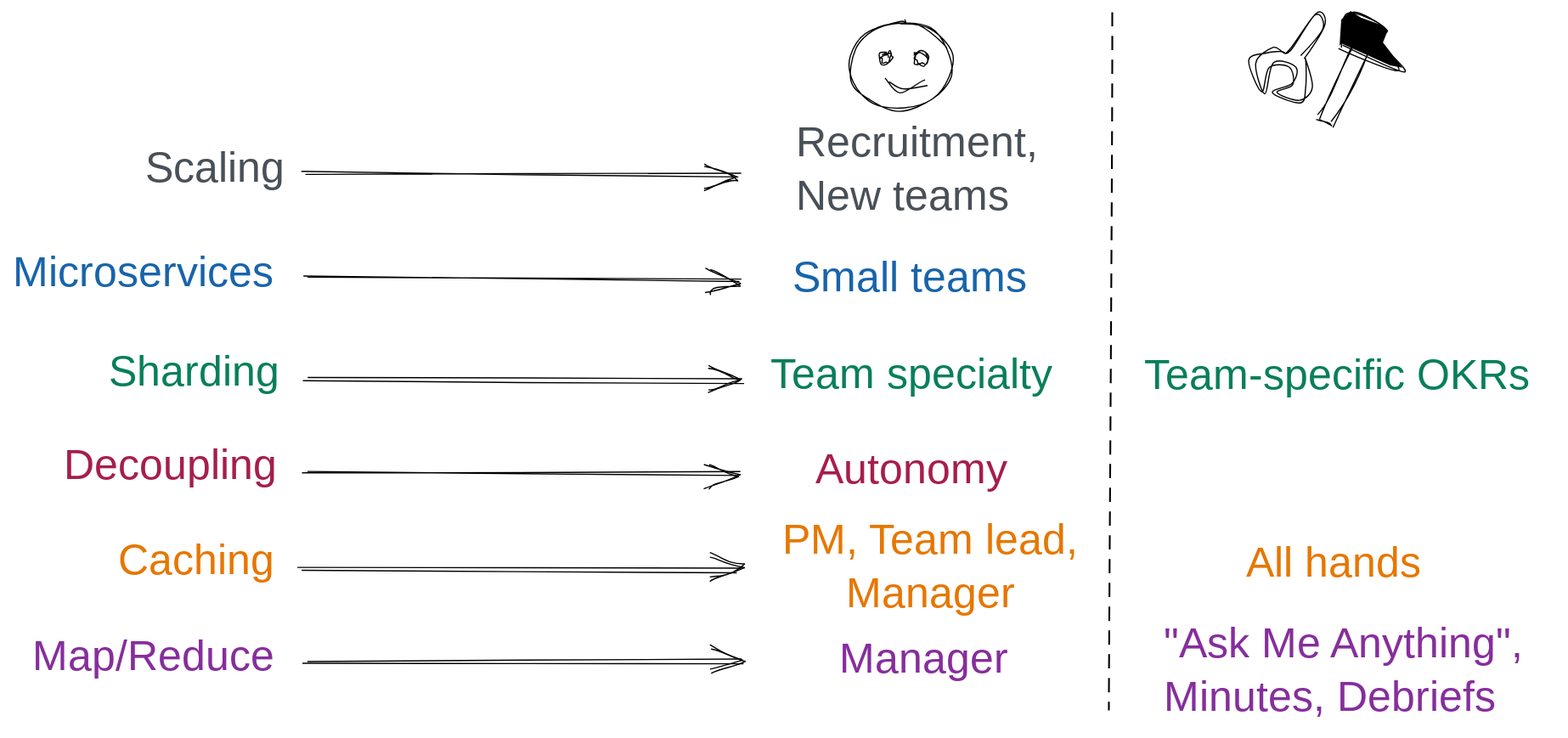
The Excalidraw diagram async-work/images/mapping2.svg in sinedied/talks, before a commit. Source tidied: one line per element, renumbered; positions are measured from the earlier drawing's top-left corner, leaving out a move shared by most shapes.
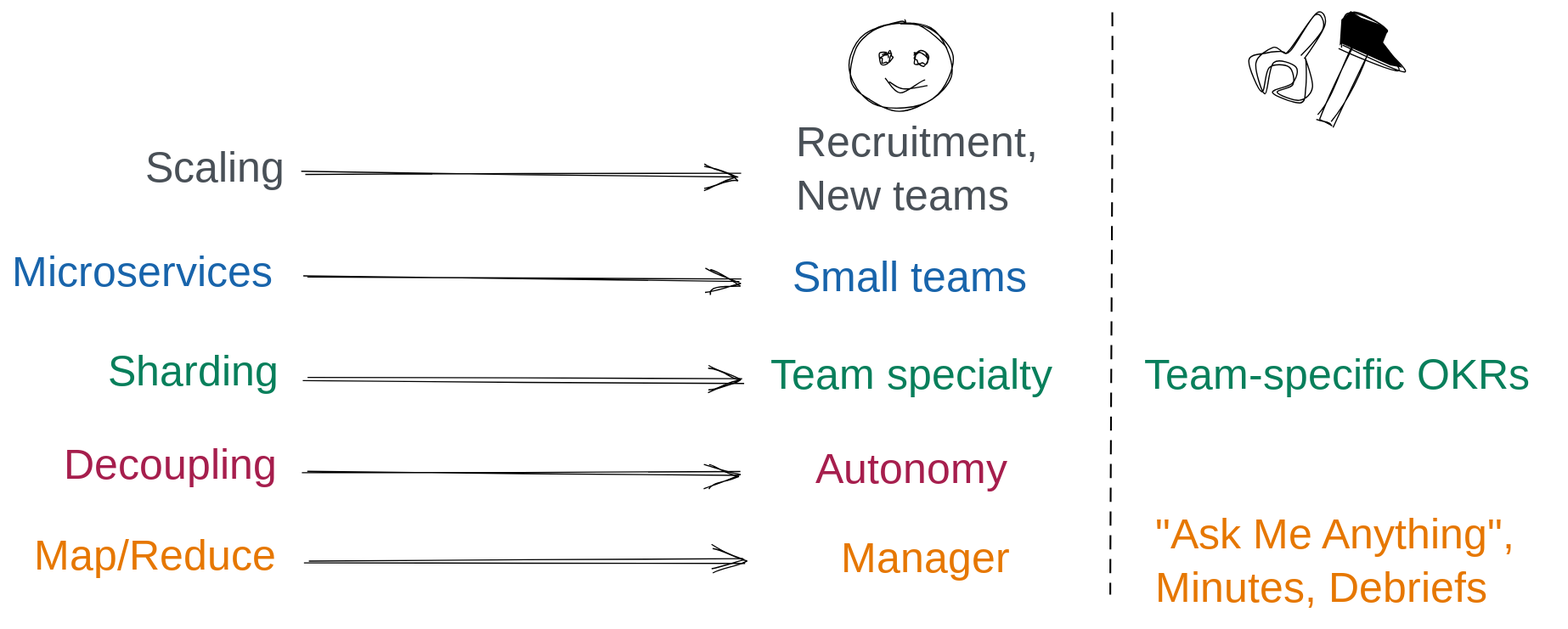
After the commit.

Commit message:
Reduce async talk

Change to the diagram source:
```diff
@@ -1,7 +1,6 @@
 {"id": 0, "type": "arrow", "strokeColor": "#000000", "strokeWidth": 1, "roughness": 2, "x": 247, "y": 138, "width": 367, "height": 0, "points": [[0, 0], [367, 0]]}
 {"id": 1, "type": "arrow", "strokeColor": "#000000", "strokeWidth": 1, "roughness": 2, "x": 248, "y": 221, "width": 364, "height": 7, "points": [[0, 0], [364, 7]]}
 {"id": 2, "type": "arrow", "strokeColor": "#000000", "strokeWidth": 1, "roughness": 2, "x": 245, "y": 386, "width": 367, "height": 2, "points": [[0, 0], [367, 2]]}
-{"id": 3, "type": "arrow", "strokeColor": "#000000", "strokeWidth": 1, "roughness": 2, "x": 244, "y": 471, "width": 368, "height": 0, "points": [[0, 0], [368, 0]]}
 {"id": 4, "type": "ellipse", "strokeColor": "#000000", "strokeWidth": 1, "roughness": 2, "x": 704, "y": 8, "width": 86, "height": 74}
 {"id": 5, "type": "ellipse", "strokeColor": "#000000", "strokeWidth": 1, "roughness": 2, "x": 730, "y": 35, "width": 8, "height": 9}
 {"id": 6, "type": "ellipse", "strokeColor": "#000000", "strokeWidth": 1, "roughness": 2, "x": 758, "y": 36, "width": 10, "height": 10}
@@ -9,21 +8,18 @@
 {"id": 8, "type": "rectangle", "strokeColor": "#000000", "angle": 5.16, "strokeWidth": 1, "roughness": 2, "x": 1083, "y": 53, "width": 77, "height": 14}
 {"id": 9, "type": "line", "strokeColor": "#000000", "angle": 6.02, "backgroundColor": "#000", "fillStyle": "solid", "strokeWidth": 1, "roughness": 2, "x": 1118, "y": 30, "width": 43, "height": 58, "points": [[0, -6], [43, 28], [34, 1], [37, -12], [14, -30], [0, -6]]}
 {"id": 10, "type": "line", "strokeColor": "#000000", "angle": 3.2, "strokeWidth": 1, "roughness": 2, "x": 1082, "y": 69, "width": 60, "height": 74, "points": [[-23, -30], [-41, -5], [-33, 7], [-13, -24], [-6, -25], [5, -27], [19, -39], [9, -61], [2, -40], [-16, -43], [-17, -53], [-2, -63], [-21, -67], [-31, -55], [-23, -30]]}
-{"id": 11, "type": "line", "strokeColor": "#000000", "strokeWidth": 1, "strokeStyle": "dashed", "roughness": 2, "x": 923, "y": 2, "width": 0, "height": 589, "points": [[0, 0], [0, 589]]}
+{"id": 11, "type": "line", "strokeColor": "#000000", "strokeWidth": 1, "strokeStyle": "dashed", "roughness": 2, "x": 923, "y": 2, "width": 1, "height": 491, "points": [[0, 0], [1, 491]]}
 {"id": 12, "type": "text", "text": "Scaling", "strokeColor": "#495057", "strokeWidth": 1, "strokeStyle": "dashed", "roughness": 2, "fontSize": 36, "fontFamily": 1, "x": 112, "y": 112, "width": 116, "height": 45}
 {"id": 13, "type": "text", "text": "Microservices", "strokeColor": "#1864ab", "strokeWidth": 1, "strokeStyle": "dashed", "roughness": 2, "fontSize": 36, "fontFamily": 1, "x": 0, "y": 200, "width": 231, "height": 45}
-{"id": 14, "type": "text", "text": "Caching", "strokeColor": "#e67700", "strokeWidth": 1, "strokeStyle": "dashed", "roughness": 2, "fontSize": 36, "fontFamily": 1, "x": 89, "y": 442, "width": 132, "height": 45}
 {"id": 15, "type": "text", "text": "Small teams", "strokeColor": "#1864ab", "strokeWidth": 1, "strokeStyle": "dashed", "roughness": 2, "fontSize": 36, "fontFamily": 1, "x": 657, "y": 204, "width": 211, "height": 45}
 {"id": 16, "type": "text", "text": "Recruitment,\nNew teams", "strokeColor": "#495057", "strokeWidth": 1, "strokeStyle": "dashed", "roughness": 2, "fontSize": 36, "fontFamily": 1, "x": 659, "y": 90, "width": 210, "height": 90}
 {"id": 17, "type": "arrow", "strokeColor": "#000000", "strokeWidth": 1, "roughness": 2, "x": 247, "y": 312, "width": 368, "height": 0, "points": [[0, 0], [368, 0]]}
 {"id": 18, "type": "text", "text": "Sharding", "strokeColor": "#087f5b", "strokeWidth": 1, "strokeStyle": "dashed", "roughness": 2, "fontSize": 36, "fontFamily": 1, "x": 81, "y": 284, "width": 145, "height": 45}
-{"id": 19, "type": "arrow", "strokeColor": "#000000", "strokeWidth": 1, "roughness": 2, "x": 246, "y": 547, "width": 368, "height": 0, "points": [[0, 0], [368, 0]]}
+{"id": 19, "type": "arrow", "strokeColor": "#000000", "strokeWidth": 1, "roughness": 2, "x": 247, "y": 463, "width": 368, "height": 0, "points": [[0, 0], [368, 0]]}
-{"id": 20, "type": "text", "text": "Map/Reduce", "strokeColor": "#862e9c", "strokeWidth": 1, "strokeStyle": "dashed", "roughness": 2, "fontSize": 36, "fontFamily": 1, "x": 17, "y": 523, "width": 209, "height": 45}
+{"id": 20, "type": "text", "text": "Map/Reduce", "strokeColor": "#e67700", "strokeWidth": 1, "strokeStyle": "dashed", "roughness": 2, "fontSize": 36, "fontFamily": 1, "x": 18, "y": 438, "width": 209, "height": 45}
 {"id": 21, "type": "text", "text": "Autonomy", "strokeColor": "#a61e4d", "strokeWidth": 1, "roughness": 2, "fontSize": 36, "fontFamily": 1, "textAlign": "center", "x": 676, "y": 365, "width": 160, "height": 45}
 {"id": 22, "type": "text", "text": "Decoupling", "strokeColor": "#a61e4d", "strokeWidth": 1, "strokeStyle": "dashed", "roughness": 2, "fontSize": 36, "fontFamily": 1, "x": 43, "y": 362, "width": 182, "height": 45}
-{"id": 23, "type": "text", "text": "All hands", "strokeColor": "#e67700", "strokeWidth": 1, "strokeStyle": "dashed", "roughness": 2, "fontSize": 36, "fontFamily": 1, "x": 1038, "y": 444, "width": 159, "height": 45}
 {"id": 24, "type": "text", "text": "Team specialty", "strokeColor": "#087f5b", "strokeWidth": 1, "strokeStyle": "dashed", "roughness": 2, "fontSize": 36, "fontFamily": 1, "x": 638, "y": 286, "width": 260, "height": 45}
-{"id": 25, "type": "text", "text": "PM, Team lead,\nManager", "strokeColor": "#e67700", "strokeWidth": 1, "strokeStyle": "dashed", "roughness": 2, "fontSize": 36, "fontFamily": 1, "textAlign": "center", "x": 641, "y": 425, "width": 263, "height": 90}
-{"id": 26, "type": "text", "text": "Manager", "strokeColor": "#862e9c", "strokeWidth": 1, "strokeStyle": "dashed", "roughness": 2, "fontSize": 36, "fontFamily": 1, "x": 696, "y": 525, "width": 142, "height": 45}
+{"id": 26, "type": "text", "text": "Manager", "strokeColor": "#e67700", "strokeWidth": 1, "strokeStyle": "dashed", "roughness": 2, "fontSize": 36, "fontFamily": 1, "x": 697, "y": 441, "width": 142, "height": 45}
-{"id": 27, "type": "text", "text": "\"Ask Me Anything\",\nMinutes, Debriefs", "strokeColor": "#862e9c", "strokeWidth": 1, "strokeStyle": "dashed", "roughness": 2, "fontSize": 36, "fontFamily": 1, "x": 968, "y": 512, "width": 316, "height": 90}
+{"id": 27, "type": "text", "text": "\"Ask Me Anything\",\nMinutes, Debriefs", "strokeColor": "#e67700", "strokeWidth": 1, "strokeStyle": "dashed", "roughness": 2, "fontSize": 36, "fontFamily": 1, "x": 962, "y": 420, "width": 316, "height": 90}
 {"id": 28, "type": "text", "text": "Team-specific OKRs", "strokeColor": "#087f5b", "strokeWidth": 1, "strokeStyle": "dashed", "roughness": 2, "fontSize": 36, "fontFamily": 1, "x": 952, "y": 286, "width": 346, "height": 45}
```
